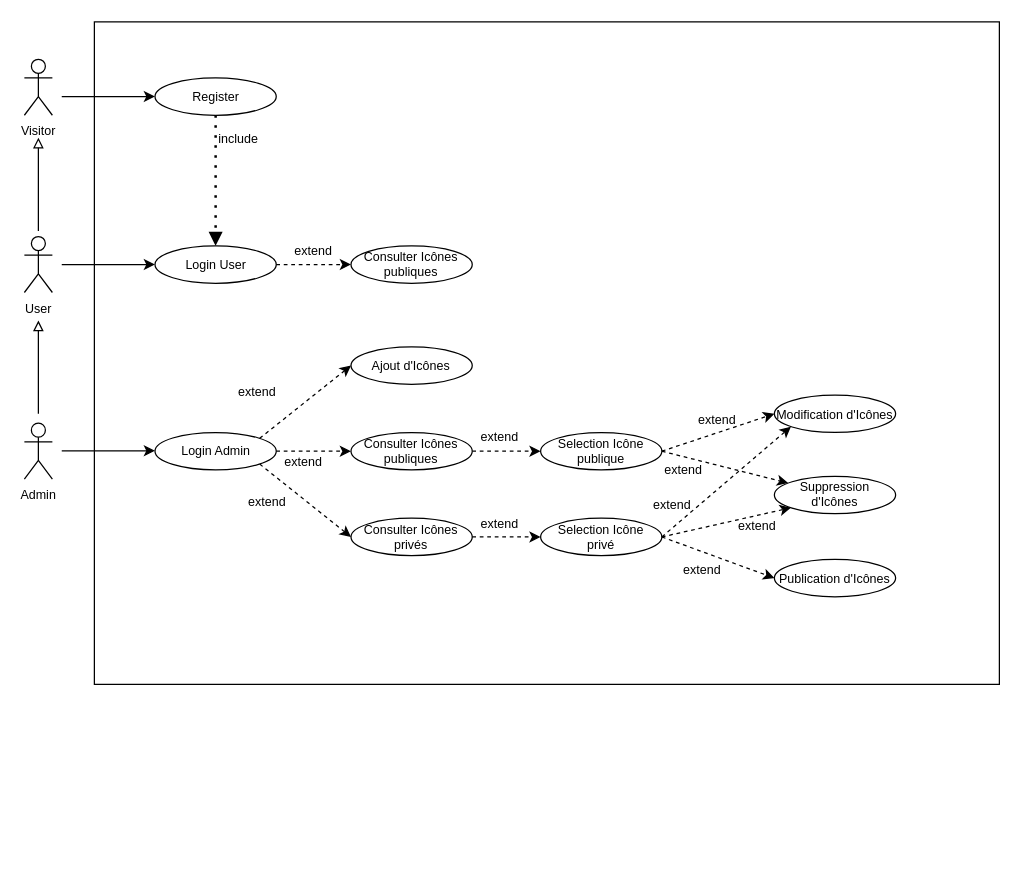
Earlier version of the draw.io diagram doc/UseCase_V1.drawio (Johblanc/iconotheque_back). Source tidied: cells renumbered, new cells numbered last; positions are measured from the earlier drawing's top-left corner, leaving out a move shared by most shapes. Both pictures are drawn from the tidied source at 125%, with x=0, y=0 at pixel (24, 21).
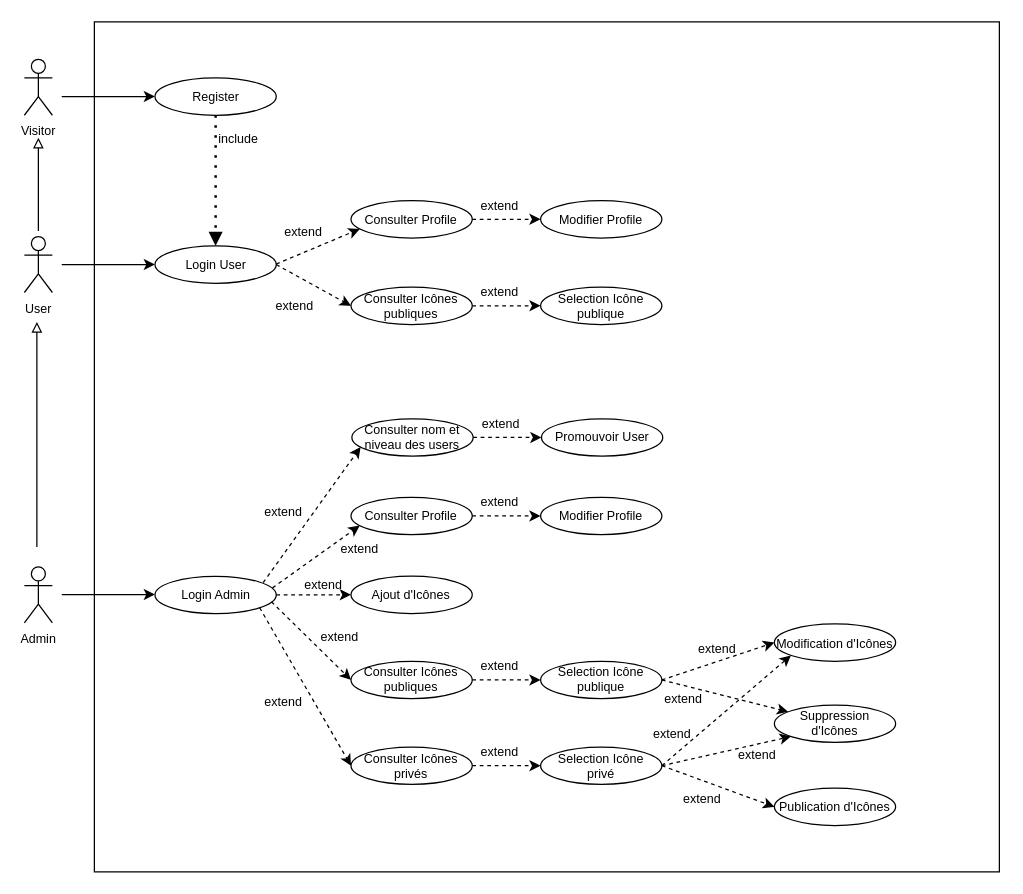
The same page after the edit.

The edit, as a diff of the source:
```diff
@@
     <mxCell id="2" style="rounded=0;whiteSpace=wrap;html=1;fontSize=10;" parent="1" vertex="1">
-      <mxGeometry x="56" width="724" height="530" as="geometry" />
+      <mxGeometry x="56" width="724" height="680" as="geometry" />
     </mxCell>
@@
     <mxCell id="5" value="Admin" style="shape=umlActor;verticalLabelPosition=bottom;verticalAlign=top;html=1;fontSize=10;" parent="1" vertex="1">
-      <mxGeometry y="321" width="22.4" height="44.8" as="geometry" />
+      <mxGeometry y="436" width="22.4" height="44.8" as="geometry" />
     </mxCell>
@@
     <mxCell id="8" value="Consulter Icônes publiques" style="ellipse;whiteSpace=wrap;html=1;fontSize=10;" parent="1" vertex="1">
-      <mxGeometry x="261.3" y="179.2" width="97" height="29.9" as="geometry" />
+      <mxGeometry x="261.3" y="212.2" width="97" height="29.9" as="geometry" />
     </mxCell>
     <mxCell id="9" value="Ajout d'Icônes" style="ellipse;whiteSpace=wrap;html=1;fontSize=10;" parent="1" vertex="1">
-      <mxGeometry x="261.3" y="260" width="97" height="29.9" as="geometry" />
+      <mxGeometry x="261.3" y="443.4" width="97" height="29.9" as="geometry" />
     </mxCell>
     <mxCell id="10" value="Modification d'Icônes" style="ellipse;whiteSpace=wrap;html=1;fontSize=10;" parent="1" vertex="1">
-      <mxGeometry x="600" y="298.6" width="97" height="29.9" as="geometry" />
+      <mxGeometry x="600" y="481.6" width="97" height="29.9" as="geometry" />
     </mxCell>
     <mxCell id="11" value="Publication d'Icônes" style="ellipse;whiteSpace=wrap;html=1;fontSize=10;" parent="1" vertex="1">
-      <mxGeometry x="600" y="430" width="97" height="29.9" as="geometry" />
+      <mxGeometry x="600" y="613" width="97" height="29.9" as="geometry" />
     </mxCell>
     <mxCell id="12" style="endArrow=block;html=1;endFill=0;fontSize=10;" parent="1" edge="1">
       <mxGeometry relative="1" as="geometry">
-        <mxPoint x="11.2" y="313.5" as="sourcePoint" />
-        <mxPoint x="11.2" y="238.9" as="targetPoint" />
+        <mxPoint x="10" y="420" as="sourcePoint" />
+        <mxPoint x="10" y="240" as="targetPoint" />
       </mxGeometry>
     </mxCell>
@@
     <mxCell id="21" value="Suppression d'Icônes" style="ellipse;whiteSpace=wrap;html=1;fontSize=10;" parent="1" vertex="1">
-      <mxGeometry x="600" y="363.5" width="97" height="29.9" as="geometry" />
+      <mxGeometry x="600" y="546.5" width="97" height="29.9" as="geometry" />
     </mxCell>
@@
     <mxCell id="23" value="Login Admin" style="ellipse;whiteSpace=wrap;html=1;fontSize=10;" parent="1" vertex="1">
-      <mxGeometry x="104.5" y="328.5" width="97" height="29.9" as="geometry" />
+      <mxGeometry x="104.5" y="443.5" width="97" height="29.9" as="geometry" />
     </mxCell>
     <mxCell id="24" style="endArrow=classic;html=1;entryX=0;entryY=0.5;entryDx=0;entryDy=0;fontSize=10;" parent="1" edge="1">
       <mxGeometry relative="1" as="geometry">
-        <mxPoint x="29.9" y="343.1" as="sourcePoint" />
-        <mxPoint x="104.5" y="343.1" as="targetPoint" />
+        <mxPoint x="29.9" y="458.1" as="sourcePoint" />
+        <mxPoint x="104.5" y="458.1" as="targetPoint" />
       </mxGeometry>
     </mxCell>
     <mxCell id="25" value="extend" style="text;strokeColor=none;align=center;fillColor=none;html=1;verticalAlign=middle;whiteSpace=wrap;rounded=0;fontSize=10;" parent="1" vertex="1">
-      <mxGeometry x="209" y="171.7" width="44.8" height="22.4" as="geometry" />
+      <mxGeometry x="194.1" y="215.9" width="44.8" height="22.4" as="geometry" />
     </mxCell>
     <mxCell id="26" value="extend" style="text;strokeColor=none;align=center;fillColor=none;html=1;verticalAlign=middle;whiteSpace=wrap;rounded=0;fontSize=10;" parent="1" vertex="1">
-      <mxGeometry x="200.8" y="341.1" width="44.8" height="22.4" as="geometry" />
+      <mxGeometry x="230" y="480.8" width="44.8" height="22.4" as="geometry" />
     </mxCell>
     <mxCell id="27" value="Consulter Icônes publiques" style="ellipse;whiteSpace=wrap;html=1;fontSize=10;" parent="1" vertex="1">
-      <mxGeometry x="261.3" y="328.5" width="97" height="29.9" as="geometry" />
+      <mxGeometry x="261.3" y="511.5" width="97" height="29.9" as="geometry" />
     </mxCell>
-    <mxCell id="28" style="endArrow=classic;html=1;entryX=0;entryY=0.5;entryDx=0;entryDy=0;dashed=1;fontSize=10;" parent="1" edge="1" target="27">
-      <mxGeometry relative="1" as="geometry">
-        <mxPoint x="201.5" y="343.4" as="sourcePoint" />
-      </mxGeometry>
+    <mxCell id="28" style="endArrow=classic;html=1;entryX=0;entryY=0.5;entryDx=0;entryDy=0;dashed=1;fontSize=10;exitX=0.96;exitY=0.681;exitDx=0;exitDy=0;exitPerimeter=0;" parent="1" edge="1" source="23" target="27">
+      <mxGeometry relative="1" as="geometry" />
     </mxCell>
-    <mxCell id="29" style="endArrow=classic;html=1;entryX=0;entryY=0.5;entryDx=0;entryDy=0;exitX=1;exitY=0;exitDx=0;exitDy=0;dashed=1;fontSize=10;" parent="1" edge="1" source="23" target="9">
+    <mxCell id="29" style="endArrow=classic;html=1;entryX=0;entryY=0.5;entryDx=0;entryDy=0;exitX=1;exitY=0.5;exitDx=0;exitDy=0;dashed=1;fontSize=10;" parent="1" edge="1" source="23" target="9">
       <mxGeometry relative="1" as="geometry" />
     </mxCell>
     <mxCell id="30" value="extend" style="text;strokeColor=none;align=center;fillColor=none;html=1;verticalAlign=middle;whiteSpace=wrap;rounded=0;fontSize=10;" parent="1" vertex="1">
-      <mxGeometry x="164.2" y="285.2" width="44.8" height="22.4" as="geometry" />
+      <mxGeometry x="216.5" y="439" width="44.8" height="22.4" as="geometry" />
     </mxCell>
     <mxCell id="31" value="extend" style="text;strokeColor=none;align=center;fillColor=none;html=1;verticalAlign=middle;whiteSpace=wrap;rounded=0;fontSize=10;" parent="1" vertex="1">
-      <mxGeometry x="358.3" y="390" width="44.8" height="22.4" as="geometry" />
+      <mxGeometry x="358.3" y="573" width="44.8" height="22.4" as="geometry" />
     </mxCell>
     <mxCell id="32" value="extend" style="text;strokeColor=none;align=center;fillColor=none;html=1;verticalAlign=middle;whiteSpace=wrap;rounded=0;fontSize=10;" parent="1" vertex="1">
-      <mxGeometry x="505" y="347.1" width="44.8" height="22.4" as="geometry" />
+      <mxGeometry x="505" y="530.1" width="44.8" height="22.4" as="geometry" />
     </mxCell>
     <mxCell id="33" value="extend" style="text;strokeColor=none;align=center;fillColor=none;html=1;verticalAlign=middle;whiteSpace=wrap;rounded=0;fontSize=10;" parent="1" vertex="1">
-      <mxGeometry x="496" y="374.7" width="44.8" height="22.4" as="geometry" />
+      <mxGeometry x="496" y="557.7" width="44.8" height="22.4" as="geometry" />
     </mxCell>
     <mxCell id="34" value="Consulter Icônes &lt;br style=&quot;font-size: 10px;&quot;&gt;privés" style="ellipse;whiteSpace=wrap;html=1;fontSize=10;" parent="1" vertex="1">
-      <mxGeometry x="261.3" y="397.1" width="97" height="29.9" as="geometry" />
+      <mxGeometry x="261.3" y="580.1" width="97" height="29.9" as="geometry" />
     </mxCell>
@@
     <mxCell id="36" value="extend" style="text;strokeColor=none;align=center;fillColor=none;html=1;verticalAlign=middle;whiteSpace=wrap;rounded=0;fontSize=10;" parent="1" vertex="1">
-      <mxGeometry x="171.7" y="373.2" width="44.8" height="22.4" as="geometry" />
+      <mxGeometry x="185.2" y="533.1" width="44.8" height="22.4" as="geometry" />
     </mxCell>
@@
     <mxCell id="38" value="extend" style="text;strokeColor=none;align=center;fillColor=none;html=1;verticalAlign=middle;whiteSpace=wrap;rounded=0;fontSize=10;" parent="1" vertex="1">
-      <mxGeometry x="358.3" y="321" width="44.8" height="22.4" as="geometry" />
+      <mxGeometry x="358.3" y="504" width="44.8" height="22.4" as="geometry" />
     </mxCell>
@@
     <mxCell id="40" value="extend" style="text;strokeColor=none;align=center;fillColor=none;html=1;verticalAlign=middle;whiteSpace=wrap;rounded=0;fontSize=10;" parent="1" vertex="1">
-      <mxGeometry x="532.2" y="306.6" width="44.8" height="22.4" as="geometry" />
+      <mxGeometry x="532.2" y="489.6" width="44.8" height="22.4" as="geometry" />
     </mxCell>
     <mxCell id="41" value="Selection Icône publique" style="ellipse;whiteSpace=wrap;html=1;fontSize=10;" parent="1" vertex="1">
-      <mxGeometry x="413" y="328.5" width="97" height="29.9" as="geometry" />
+      <mxGeometry x="413" y="511.5" width="97" height="29.9" as="geometry" />
     </mxCell>
     <mxCell id="42" value="Selection Icône&lt;br style=&quot;font-size: 10px;&quot;&gt;privé" style="ellipse;whiteSpace=wrap;html=1;fontSize=10;" parent="1" vertex="1">
-      <mxGeometry x="413" y="397.1" width="97" height="29.9" as="geometry" />
+      <mxGeometry x="413" y="580.1" width="97" height="29.9" as="geometry" />
     </mxCell>
@@
     <mxCell id="45" value="extend" style="text;strokeColor=none;align=center;fillColor=none;html=1;verticalAlign=middle;whiteSpace=wrap;rounded=0;fontSize=10;" parent="1" vertex="1">
-      <mxGeometry x="564" y="391.7" width="44.8" height="22.4" as="geometry" />
+      <mxGeometry x="564" y="574.7" width="44.8" height="22.4" as="geometry" />
     </mxCell>
     <mxCell id="46" value="extend" style="text;strokeColor=none;align=center;fillColor=none;html=1;verticalAlign=middle;whiteSpace=wrap;rounded=0;fontSize=10;" parent="1" vertex="1">
-      <mxGeometry x="520" y="427" width="44.8" height="22.4" as="geometry" />
+      <mxGeometry x="520" y="610" width="44.8" height="22.4" as="geometry" />
     </mxCell>
+    <mxCell id="47" style="endArrow=classic;html=1;entryX=0;entryY=0.5;entryDx=0;entryDy=0;dashed=1;fontSize=10;" parent="1" edge="1" source="8" target="49">
+      <mxGeometry relative="1" as="geometry" />
+    </mxCell>
+    <mxCell id="48" value="extend" style="text;strokeColor=none;align=center;fillColor=none;html=1;verticalAlign=middle;whiteSpace=wrap;rounded=0;fontSize=10;" parent="1" vertex="1">
+      <mxGeometry x="358.3" y="204.7" width="44.8" height="22.4" as="geometry" />
+    </mxCell>
+    <mxCell id="49" value="Selection Icône publique" style="ellipse;whiteSpace=wrap;html=1;fontSize=10;" parent="1" vertex="1">
+      <mxGeometry x="413" y="212.2" width="97" height="29.9" as="geometry" />
+    </mxCell>
+    <mxCell id="50" value="Consulter Profile" style="ellipse;whiteSpace=wrap;html=1;fontSize=10;" parent="1" vertex="1">
+      <mxGeometry x="261.3" y="143" width="97" height="29.9" as="geometry" />
+    </mxCell>
+    <mxCell id="51" style="endArrow=classic;html=1;entryX=0.072;entryY=0.759;entryDx=0;entryDy=0;exitX=1;exitY=0.5;exitDx=0;exitDy=0;dashed=1;fontSize=10;entryPerimeter=0;" parent="1" edge="1" target="50">
+      <mxGeometry relative="1" as="geometry">
+        <mxPoint x="201.5" y="193.7" as="sourcePoint" />
+      </mxGeometry>
+    </mxCell>
+    <mxCell id="52" value="extend" style="text;strokeColor=none;align=center;fillColor=none;html=1;verticalAlign=middle;whiteSpace=wrap;rounded=0;fontSize=10;" parent="1" vertex="1">
+      <mxGeometry x="200.8" y="156.8" width="44.8" height="22.4" as="geometry" />
+    </mxCell>
+    <mxCell id="53" style="endArrow=classic;html=1;entryX=0;entryY=0.5;entryDx=0;entryDy=0;dashed=1;fontSize=10;" parent="1" edge="1" source="50" target="55">
+      <mxGeometry relative="1" as="geometry" />
+    </mxCell>
+    <mxCell id="54" value="extend" style="text;strokeColor=none;align=center;fillColor=none;html=1;verticalAlign=middle;whiteSpace=wrap;rounded=0;fontSize=10;" parent="1" vertex="1">
+      <mxGeometry x="358.3" y="135.5" width="44.8" height="22.4" as="geometry" />
+    </mxCell>
+    <mxCell id="55" value="Modifier Profile" style="ellipse;whiteSpace=wrap;html=1;fontSize=10;" parent="1" vertex="1">
+      <mxGeometry x="413" y="143" width="97" height="29.9" as="geometry" />
+    </mxCell>
+    <mxCell id="56" value="Consulter Profile" style="ellipse;whiteSpace=wrap;html=1;fontSize=10;" parent="1" vertex="1">
+      <mxGeometry x="261.3" y="380.3" width="97" height="29.9" as="geometry" />
+    </mxCell>
+    <mxCell id="57" style="endArrow=classic;html=1;entryX=0.072;entryY=0.759;entryDx=0;entryDy=0;exitX=0.969;exitY=0.311;exitDx=0;exitDy=0;dashed=1;fontSize=10;entryPerimeter=0;exitPerimeter=0;" parent="1" edge="1" source="23" target="56">
+      <mxGeometry relative="1" as="geometry" />
+    </mxCell>
+    <mxCell id="58" value="extend" style="text;strokeColor=none;align=center;fillColor=none;html=1;verticalAlign=middle;whiteSpace=wrap;rounded=0;fontSize=10;" parent="1" vertex="1">
+      <mxGeometry x="245.6" y="410.2" width="44.8" height="22.4" as="geometry" />
+    </mxCell>
+    <mxCell id="59" style="endArrow=classic;html=1;entryX=0;entryY=0.5;entryDx=0;entryDy=0;dashed=1;fontSize=10;" parent="1" edge="1" source="56" target="61">
+      <mxGeometry relative="1" as="geometry" />
+    </mxCell>
+    <mxCell id="60" value="extend" style="text;strokeColor=none;align=center;fillColor=none;html=1;verticalAlign=middle;whiteSpace=wrap;rounded=0;fontSize=10;" parent="1" vertex="1">
+      <mxGeometry x="358.3" y="372.8" width="44.8" height="22.4" as="geometry" />
+    </mxCell>
+    <mxCell id="61" value="Modifier Profile" style="ellipse;whiteSpace=wrap;html=1;fontSize=10;" parent="1" vertex="1">
+      <mxGeometry x="413" y="380.3" width="97" height="29.9" as="geometry" />
+    </mxCell>
+    <mxCell id="62" value="Consulter nom et niveau des users" style="ellipse;whiteSpace=wrap;html=1;fontSize=10;" parent="1" vertex="1">
+      <mxGeometry x="262" y="317.5" width="97" height="29.9" as="geometry" />
+    </mxCell>
+    <mxCell id="63" style="endArrow=classic;html=1;entryX=0.072;entryY=0.759;entryDx=0;entryDy=0;exitX=0.892;exitY=0.17;exitDx=0;exitDy=0;dashed=1;fontSize=10;entryPerimeter=0;exitPerimeter=0;" parent="1" edge="1" source="23" target="62">
+      <mxGeometry relative="1" as="geometry" />
+    </mxCell>
+    <mxCell id="64" value="extend" style="text;strokeColor=none;align=center;fillColor=none;html=1;verticalAlign=middle;whiteSpace=wrap;rounded=0;fontSize=10;" parent="1" vertex="1">
+      <mxGeometry x="185.2" y="380.3" width="44.8" height="22.4" as="geometry" />
+    </mxCell>
+    <mxCell id="65" style="endArrow=classic;html=1;entryX=0;entryY=0.5;entryDx=0;entryDy=0;dashed=1;fontSize=10;" parent="1" edge="1" source="62" target="67">
+      <mxGeometry relative="1" as="geometry" />
+    </mxCell>
+    <mxCell id="66" value="extend" style="text;strokeColor=none;align=center;fillColor=none;html=1;verticalAlign=middle;whiteSpace=wrap;rounded=0;fontSize=10;" parent="1" vertex="1">
+      <mxGeometry x="359" y="310" width="44.8" height="22.4" as="geometry" />
+    </mxCell>
+    <mxCell id="67" value="Promouvoir User" style="ellipse;whiteSpace=wrap;html=1;fontSize=10;" parent="1" vertex="1">
+      <mxGeometry x="413.7" y="317.5" width="97" height="29.9" as="geometry" />
+    </mxCell>
```
